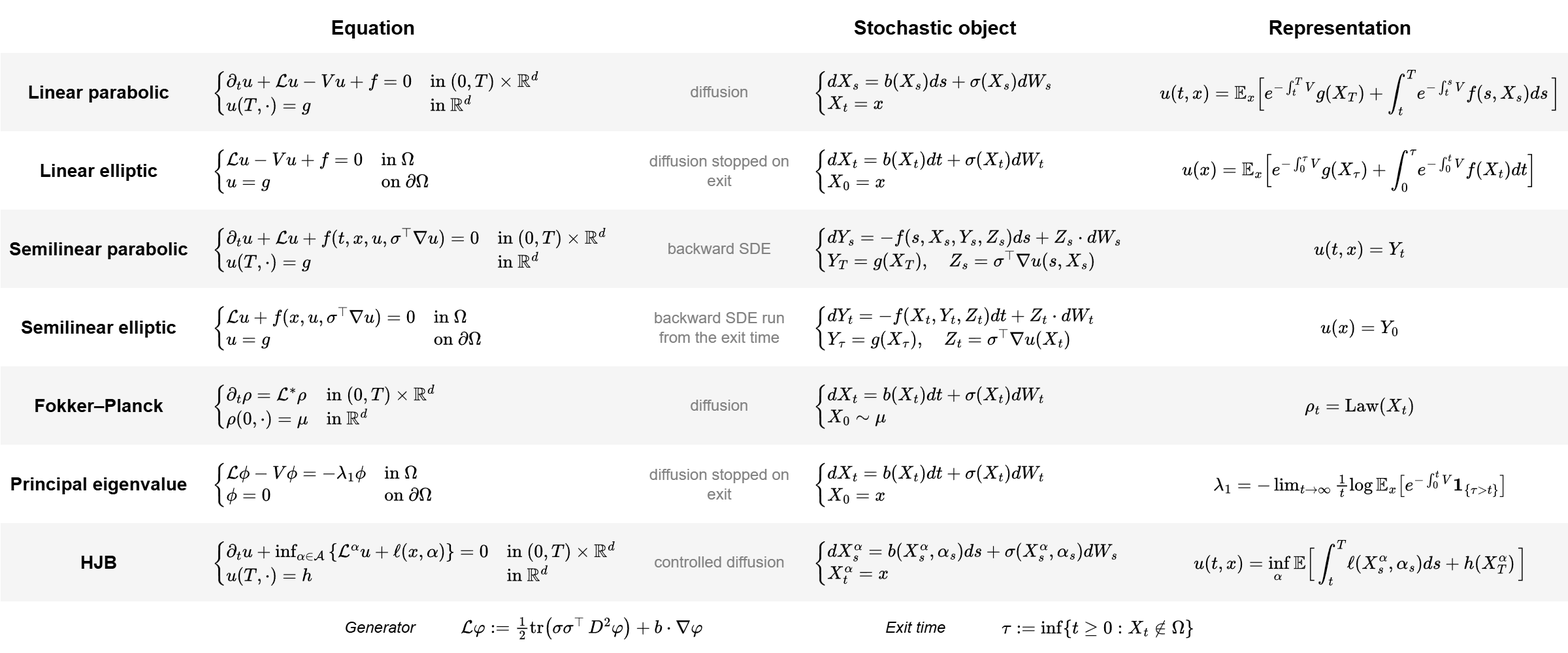
Before: content/posts/feynman-kac/feynman_kac-feynman-kac.png, a diagram exported from draw.io (dani2442/dani2442.github.io). Source tidied: cells renumbered, new cells last; positions are measured from the earlier drawing's top-left corner, leaving out a move shared by most shapes.
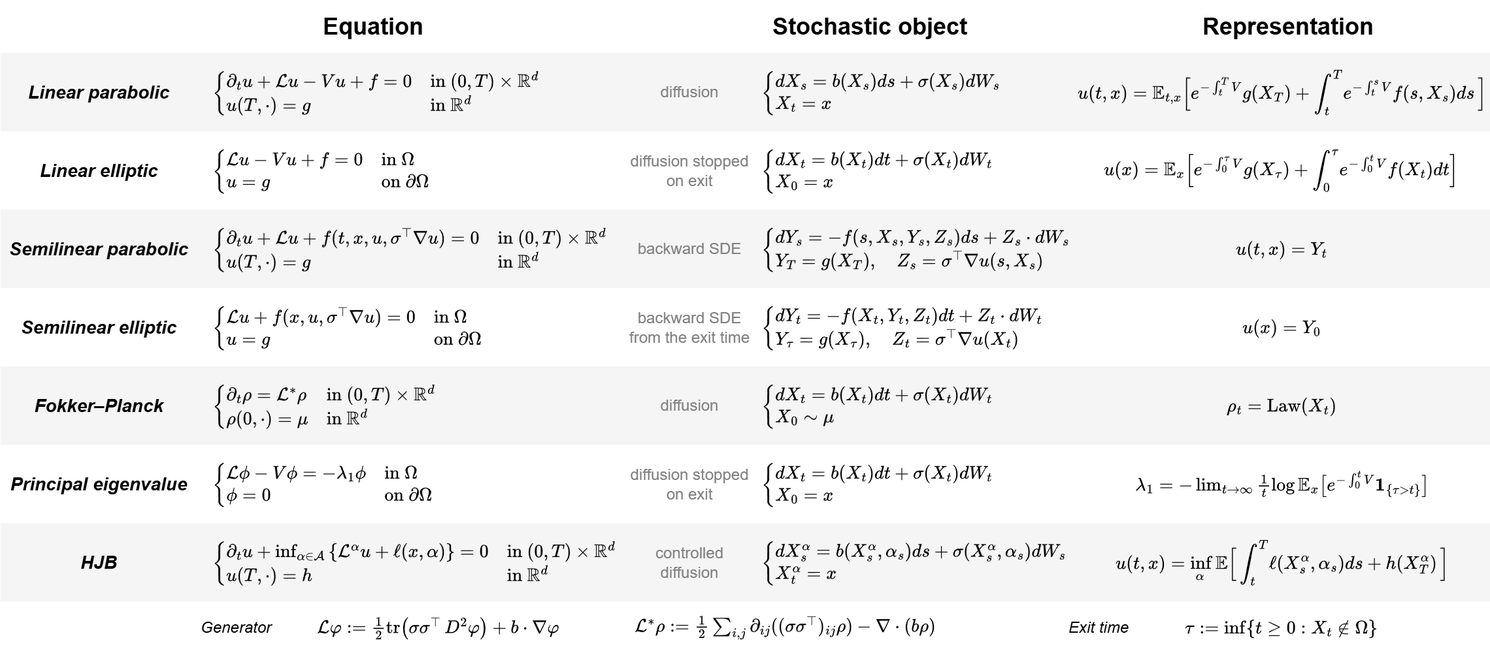
After the change.

Change to the diagram source:
```diff
@@ -3,157 +3,160 @@
     <mxCell id="0" />
     <mxCell id="1" parent="0" />
     <mxCell id="2" style="rounded=0;whiteSpace=wrap;html=1;strokeColor=none;" parent="1" vertex="1">
-      <mxGeometry width="1200" height="40" as="geometry" />
+      <mxGeometry width="1140" height="40" as="geometry" />
     </mxCell>
     <mxCell id="3" style="rounded=0;whiteSpace=wrap;html=1;fillColor=#f5f5f5;strokeColor=none;fontColor=#333333;" parent="1" vertex="1">
-      <mxGeometry y="40" width="1200" height="60" as="geometry" />
+      <mxGeometry y="40" width="1140" height="60" as="geometry" />
     </mxCell>
     <mxCell id="4" style="rounded=0;whiteSpace=wrap;html=1;strokeColor=none;" parent="1" vertex="1">
-      <mxGeometry y="100" width="1200" height="60" as="geometry" />
+      <mxGeometry y="100" width="1140" height="60" as="geometry" />
     </mxCell>
     <mxCell id="5" style="rounded=0;whiteSpace=wrap;html=1;fillColor=#f5f5f5;strokeColor=none;fontColor=#333333;" parent="1" vertex="1">
-      <mxGeometry y="160" width="1200" height="60" as="geometry" />
+      <mxGeometry y="160" width="1140" height="60" as="geometry" />
     </mxCell>
     <mxCell id="6" style="rounded=0;whiteSpace=wrap;html=1;strokeColor=none;" parent="1" vertex="1">
-      <mxGeometry y="220" width="1200" height="60" as="geometry" />
+      <mxGeometry y="220" width="1140" height="60" as="geometry" />
     </mxCell>
     <mxCell id="7" style="rounded=0;whiteSpace=wrap;html=1;fillColor=#f5f5f5;strokeColor=none;fontColor=#333333;" parent="1" vertex="1">
-      <mxGeometry y="280" width="1200" height="60" as="geometry" />
+      <mxGeometry y="280" width="1140" height="60" as="geometry" />
     </mxCell>
     <mxCell id="8" style="rounded=0;whiteSpace=wrap;html=1;strokeColor=none;" parent="1" vertex="1">
-      <mxGeometry y="340" width="1200" height="60" as="geometry" />
+      <mxGeometry y="340" width="1140" height="60" as="geometry" />
     </mxCell>
     <mxCell id="9" style="rounded=0;whiteSpace=wrap;html=1;fillColor=#f5f5f5;strokeColor=none;fontColor=#333333;" parent="1" vertex="1">
-      <mxGeometry y="400" width="1200" height="60" as="geometry" />
+      <mxGeometry y="400" width="1140" height="60" as="geometry" />
     </mxCell>
-    <mxCell id="10" value="Equation" style="text;html=1;align=center;verticalAlign=middle;whiteSpace=wrap;rounded=0;fontSize=15;fontStyle=1;" parent="1" vertex="1">
+    <mxCell id="10" value="Equation" style="text;html=1;align=center;verticalAlign=middle;whiteSpace=wrap;rounded=0;fontSize=18;fontStyle=1;" parent="1" vertex="1">
       <mxGeometry x="170" width="230" height="40" as="geometry" />
     </mxCell>
-    <mxCell id="11" value="Stochastic object" style="text;html=1;align=center;verticalAlign=middle;whiteSpace=wrap;rounded=0;fontSize=15;fontStyle=1;" parent="1" vertex="1">
-      <mxGeometry x="640" width="150" height="40" as="geometry" />
+    <mxCell id="11" value="Stochastic object" style="text;html=1;align=center;verticalAlign=middle;whiteSpace=wrap;rounded=0;fontSize=18;fontStyle=1;" parent="1" vertex="1">
+      <mxGeometry x="570" width="190" height="40" as="geometry" />
     </mxCell>
-    <mxCell id="12" value="Representation" style="text;html=1;align=center;verticalAlign=middle;whiteSpace=wrap;rounded=0;fontSize=15;fontStyle=1;" parent="1" vertex="1">
-      <mxGeometry x="870" width="310" height="40" as="geometry" />
+    <mxCell id="12" value="Representation" style="text;html=1;align=center;verticalAlign=middle;whiteSpace=wrap;rounded=0;fontSize=18;fontStyle=1;" parent="1" vertex="1">
+      <mxGeometry x="830" width="310" height="40" as="geometry" />
     </mxCell>
-    <mxCell id="13" value="&lt;b&gt;Linear parabolic&lt;/b&gt;" style="text;html=1;align=center;verticalAlign=middle;whiteSpace=wrap;rounded=0;fontSize=14;" parent="1" vertex="1">
+    <mxCell id="13" value="&lt;span&gt;Linear parabolic&lt;/span&gt;" style="text;html=1;align=center;verticalAlign=middle;whiteSpace=wrap;rounded=0;fontSize=14;fontStyle=3;" parent="1" vertex="1">
       <mxGeometry y="40" width="150" height="60" as="geometry" />
     </mxCell>
     <mxCell id="14" value="\( \begin{cases}\partial_t u + \mathcal L u - Vu + f = 0 &amp;amp; \text{in } (0,T)\times\mathbb R^d\\ u(T,\cdot)=g &amp;amp; \text{in } \mathbb R^d\end{cases} \)" style="text;html=1;align=left;verticalAlign=middle;whiteSpace=wrap;rounded=0;fontSize=12;" parent="1" vertex="1">
       <mxGeometry x="160" y="40" width="320" height="60" as="geometry" />
     </mxCell>
     <mxCell id="15" value="diffusion" style="text;html=1;align=center;verticalAlign=middle;whiteSpace=wrap;rounded=0;fontSize=12;fontColor=#808080;" parent="1" vertex="1">
-      <mxGeometry x="490" y="40" width="120" height="60" as="geometry" />
+      <mxGeometry x="477" y="40" width="100" height="60" as="geometry" />
     </mxCell>
     <mxCell id="16" value="\( \begin{cases}dX_s=b(X_s)ds+\sigma(X_s)dW_s\\ X_t=x\end{cases} \)" style="text;html=1;align=left;verticalAlign=middle;whiteSpace=wrap;rounded=0;fontSize=12;" parent="1" vertex="1">
-      <mxGeometry x="620" y="40" width="230" height="60" as="geometry" />
+      <mxGeometry x="580" y="40" width="230" height="60" as="geometry" />
     </mxCell>
-    <mxCell id="17" value="\( \begin{aligned}u(t,x)=\mathbb E_x\Big[&amp;amp;e^{-\int_t^T V}g(X_T)+\int_t^T\! e^{-\int_t^s V}f(s,X_s)ds\,\Big]\end{aligned} \)" style="text;html=1;align=center;verticalAlign=middle;whiteSpace=wrap;rounded=0;fontSize=12;" parent="1" vertex="1">
-      <mxGeometry x="880" y="40" width="320" height="60" as="geometry" />
+    <mxCell id="17" value="\( \begin{aligned}u(t,x)=\mathbb E_{t,x}\Big[&amp;amp;e^{-\int_t^T V}g(X_T)+\int_t^T\! e^{-\int_t^s V}f(s,X_s)ds\,\Big]\end{aligned} \)" style="text;html=1;align=center;verticalAlign=middle;whiteSpace=wrap;rounded=0;fontSize=12;" parent="1" vertex="1">
+      <mxGeometry x="820" y="40" width="320" height="60" as="geometry" />
     </mxCell>
-    <mxCell id="18" value="&lt;b&gt;Linear elliptic&lt;/b&gt;" style="text;html=1;align=center;verticalAlign=middle;whiteSpace=wrap;rounded=0;fontSize=14;" parent="1" vertex="1">
+    <mxCell id="18" value="&lt;b&gt;Linear elliptic&lt;/b&gt;" style="text;html=1;align=center;verticalAlign=middle;whiteSpace=wrap;rounded=0;fontSize=14;fontStyle=2;" parent="1" vertex="1">
       <mxGeometry y="100" width="150" height="60" as="geometry" />
     </mxCell>
     <mxCell id="19" value="\( \begin{cases}\mathcal L u - Vu + f = 0 &amp;amp; \text{in } \Omega\\ u=g &amp;amp; \text{on } \partial\Omega\end{cases} \)" style="text;html=1;align=left;verticalAlign=middle;whiteSpace=wrap;rounded=0;fontSize=12;" parent="1" vertex="1">
       <mxGeometry x="160" y="100" width="320" height="60" as="geometry" />
     </mxCell>
     <mxCell id="20" value="diffusion stopped on exit" style="text;html=1;align=center;verticalAlign=middle;whiteSpace=wrap;rounded=0;fontSize=12;fontColor=#808080;" parent="1" vertex="1">
-      <mxGeometry x="490" y="100" width="120" height="60" as="geometry" />
+      <mxGeometry x="477" y="100" width="100" height="60" as="geometry" />
     </mxCell>
     <mxCell id="21" value="\( \begin{cases}dX_t=b(X_t)dt+\sigma(X_t)dW_t\\ X_0=x\end{cases} \)" style="text;html=1;align=left;verticalAlign=middle;whiteSpace=wrap;rounded=0;fontSize=12;" parent="1" vertex="1">
-      <mxGeometry x="620" y="100" width="220" height="60" as="geometry" />
+      <mxGeometry x="580" y="100" width="220" height="60" as="geometry" />
     </mxCell>
     <mxCell id="22" value="\( \begin{aligned}u(x)=\mathbb E_x\Big[&amp;amp;e^{-\int_0^\tau V}g(X_\tau)+\int_0^\tau\! e^{-\int_0^t V}f(X_t)dt\Big]\end{aligned} \)" style="text;html=1;align=center;verticalAlign=middle;whiteSpace=wrap;rounded=0;fontSize=12;" parent="1" vertex="1">
-      <mxGeometry x="880" y="100" width="320" height="60" as="geometry" />
+      <mxGeometry x="820" y="100" width="320" height="60" as="geometry" />
     </mxCell>
-    <mxCell id="23" value="&lt;b&gt;Semilinear parabolic&lt;/b&gt;" style="text;html=1;align=center;verticalAlign=middle;whiteSpace=wrap;rounded=0;fontSize=14;" parent="1" vertex="1">
+    <mxCell id="23" value="&lt;b&gt;Semilinear parabolic&lt;/b&gt;" style="text;html=1;align=center;verticalAlign=middle;whiteSpace=wrap;rounded=0;fontSize=14;fontStyle=2;" parent="1" vertex="1">
       <mxGeometry y="160" width="150" height="60" as="geometry" />
     </mxCell>
     <mxCell id="24" value="\( \begin{cases}\partial_t u + \mathcal L u + f(t,x,u,\sigma^\top\nabla u) = 0 &amp;amp; \text{in } (0,T)\times\mathbb R^d\\ u(T,\cdot)=g &amp;amp; \text{in } \mathbb R^d\end{cases} \)" style="text;html=1;align=left;verticalAlign=middle;whiteSpace=wrap;rounded=0;fontSize=12;" parent="1" vertex="1">
       <mxGeometry x="160" y="160" width="320" height="60" as="geometry" />
     </mxCell>
     <mxCell id="25" value="backward SDE" style="text;html=1;align=center;verticalAlign=middle;whiteSpace=wrap;rounded=0;fontSize=12;fontColor=#808080;" parent="1" vertex="1">
-      <mxGeometry x="490" y="160" width="120" height="60" as="geometry" />
+      <mxGeometry x="477" y="160" width="100" height="60" as="geometry" />
     </mxCell>
     <mxCell id="26" value="\( \begin{cases}dY_s=-f(s,X_s,Y_s,Z_s)ds+Z_s\cdot dW_s\\ Y_T=g(X_T),\quad Z_s=\sigma^\top\nabla u(s,X_s)\end{cases} \)" style="text;html=1;align=left;verticalAlign=middle;whiteSpace=wrap;rounded=0;fontSize=12;" parent="1" vertex="1">
-      <mxGeometry x="620" y="160" width="280" height="60" as="geometry" />
+      <mxGeometry x="580" y="160" width="280" height="60" as="geometry" />
     </mxCell>
     <mxCell id="27" value="\( u(t,x)=Y_t \)" style="text;html=1;align=center;verticalAlign=middle;whiteSpace=wrap;rounded=0;fontSize=12;" parent="1" vertex="1">
-      <mxGeometry x="880" y="160" width="320" height="60" as="geometry" />
+      <mxGeometry x="820" y="160" width="320" height="60" as="geometry" />
     </mxCell>
-    <mxCell id="28" value="&lt;b&gt;Semilinear elliptic&lt;/b&gt;" style="text;html=1;align=center;verticalAlign=middle;whiteSpace=wrap;rounded=0;fontSize=14;" parent="1" vertex="1">
+    <mxCell id="28" value="&lt;b&gt;Semilinear elliptic&lt;/b&gt;" style="text;html=1;align=center;verticalAlign=middle;whiteSpace=wrap;rounded=0;fontSize=14;fontStyle=2;" parent="1" vertex="1">
       <mxGeometry y="220" width="150" height="60" as="geometry" />
     </mxCell>
     <mxCell id="29" value="\( \begin{cases}\mathcal L u + f(x,u,\sigma^\top\nabla u) = 0 &amp;amp; \text{in } \Omega\\ u=g &amp;amp; \text{on } \partial\Omega\end{cases} \)" style="text;html=1;align=left;verticalAlign=middle;whiteSpace=wrap;rounded=0;fontSize=12;" parent="1" vertex="1">
       <mxGeometry x="160" y="220" width="320" height="60" as="geometry" />
     </mxCell>
-    <mxCell id="30" value="backward SDE run from the exit time" style="text;html=1;align=center;verticalAlign=middle;whiteSpace=wrap;rounded=0;fontSize=12;fontColor=#808080;" parent="1" vertex="1">
-      <mxGeometry x="490" y="220" width="120" height="60" as="geometry" />
+    <mxCell id="30" value="backward SDE from the exit time" style="text;html=1;align=center;verticalAlign=middle;whiteSpace=wrap;rounded=0;fontSize=12;fontColor=#808080;" parent="1" vertex="1">
+      <mxGeometry x="477" y="220" width="100" height="60" as="geometry" />
     </mxCell>
     <mxCell id="31" value="\( \begin{cases}dY_t=-f(X_t,Y_t,Z_t)dt+Z_t\cdot dW_t\\ Y_\tau=g(X_\tau),\quad Z_t=\sigma^\top\nabla u(X_t)\end{cases} \)" style="text;html=1;align=left;verticalAlign=middle;whiteSpace=wrap;rounded=0;fontSize=12;" parent="1" vertex="1">
-      <mxGeometry x="620" y="220" width="260" height="60" as="geometry" />
+      <mxGeometry x="580" y="220" width="260" height="60" as="geometry" />
     </mxCell>
     <mxCell id="32" value="\( u(x)=Y_0 \)" style="text;html=1;align=center;verticalAlign=middle;whiteSpace=wrap;rounded=0;fontSize=12;" parent="1" vertex="1">
-      <mxGeometry x="880" y="220" width="320" height="60" as="geometry" />
+      <mxGeometry x="820" y="220" width="320" height="60" as="geometry" />
     </mxCell>
-    <mxCell id="33" value="&lt;b&gt;Fokker–Planck&lt;/b&gt;" style="text;html=1;align=center;verticalAlign=middle;whiteSpace=wrap;rounded=0;fontSize=14;" parent="1" vertex="1">
+    <mxCell id="33" value="&lt;b&gt;Fokker–Planck&lt;/b&gt;" style="text;html=1;align=center;verticalAlign=middle;whiteSpace=wrap;rounded=0;fontSize=14;fontStyle=2;" parent="1" vertex="1">
       <mxGeometry y="280" width="150" height="60" as="geometry" />
     </mxCell>
     <mxCell id="34" value="\( \begin{cases}\partial_t \rho = \mathcal L^{*}\rho &amp;amp; \text{in } (0,T)\times\mathbb R^d\\ \rho(0,\cdot)=\mu &amp;amp; \text{in } \mathbb R^d\end{cases} \)" style="text;html=1;align=left;verticalAlign=middle;whiteSpace=wrap;rounded=0;fontSize=12;" parent="1" vertex="1">
       <mxGeometry x="160" y="280" width="320" height="60" as="geometry" />
     </mxCell>
     <mxCell id="35" value="diffusion" style="text;html=1;align=center;verticalAlign=middle;whiteSpace=wrap;rounded=0;fontSize=12;fontColor=#808080;" parent="1" vertex="1">
-      <mxGeometry x="490" y="280" width="120" height="60" as="geometry" />
+      <mxGeometry x="477" y="280" width="100" height="60" as="geometry" />
     </mxCell>
     <mxCell id="36" value="\( \begin{cases}dX_t=b(X_t)dt+\sigma(X_t)dW_t\\ X_0\sim\mu\end{cases} \)" style="text;html=1;align=left;verticalAlign=middle;whiteSpace=wrap;rounded=0;fontSize=12;" parent="1" vertex="1">
-      <mxGeometry x="620" y="280" width="230" height="60" as="geometry" />
+      <mxGeometry x="580" y="280" width="230" height="60" as="geometry" />
     </mxCell>
     <mxCell id="37" value="\( \rho_t=\mathrm{Law}(X_t) \)" style="text;html=1;align=center;verticalAlign=middle;whiteSpace=wrap;rounded=0;fontSize=12;" parent="1" vertex="1">
-      <mxGeometry x="880" y="280" width="320" height="60" as="geometry" />
+      <mxGeometry x="820" y="280" width="320" height="60" as="geometry" />
     </mxCell>
-    <mxCell id="38" value="&lt;b&gt;Principal eigenvalue&lt;/b&gt;" style="text;html=1;align=center;verticalAlign=middle;whiteSpace=wrap;rounded=0;fontSize=14;" parent="1" vertex="1">
+    <mxCell id="38" value="&lt;b&gt;Principal eigenvalue&lt;/b&gt;" style="text;html=1;align=center;verticalAlign=middle;whiteSpace=wrap;rounded=0;fontSize=14;fontStyle=2;" parent="1" vertex="1">
       <mxGeometry y="340" width="150" height="60" as="geometry" />
     </mxCell>
     <mxCell id="39" value="\( \begin{cases}\mathcal L \phi - V\phi = -\lambda_1\phi &amp;amp; \text{in } \Omega\\ \phi=0 &amp;amp; \text{on } \partial\Omega\end{cases} \)" style="text;html=1;align=left;verticalAlign=middle;whiteSpace=wrap;rounded=0;fontSize=12;" parent="1" vertex="1">
       <mxGeometry x="160" y="340" width="320" height="60" as="geometry" />
     </mxCell>
     <mxCell id="40" value="diffusion stopped on exit" style="text;html=1;align=center;verticalAlign=middle;whiteSpace=wrap;rounded=0;fontSize=12;fontColor=#808080;" parent="1" vertex="1">
-      <mxGeometry x="490" y="340" width="120" height="60" as="geometry" />
+      <mxGeometry x="477" y="340" width="100" height="60" as="geometry" />
     </mxCell>
     <mxCell id="41" value="\( \begin{cases}dX_t=b(X_t)dt+\sigma(X_t)dW_t\\ X_0=x\end{cases} \)" style="text;html=1;align=left;verticalAlign=middle;whiteSpace=wrap;rounded=0;fontSize=12;" parent="1" vertex="1">
-      <mxGeometry x="620" y="340" width="230" height="60" as="geometry" />
+      <mxGeometry x="580" y="340" width="230" height="60" as="geometry" />
     </mxCell>
     <mxCell id="42" value="\( \lambda_1=-\lim_{t\to\infty}\tfrac1t\log\mathbb E_x\big[e^{-\int_0^t V}\mathbf 1_{\{\tau&amp;gt;t\}}\big] \)" style="text;html=1;align=center;verticalAlign=middle;whiteSpace=wrap;rounded=0;fontSize=12;" parent="1" vertex="1">
-      <mxGeometry x="880" y="340" width="320" height="60" as="geometry" />
+      <mxGeometry x="820" y="340" width="320" height="60" as="geometry" />
     </mxCell>
-    <mxCell id="43" value="&lt;b&gt;HJB&lt;/b&gt;" style="text;html=1;align=center;verticalAlign=middle;whiteSpace=wrap;rounded=0;fontSize=14;" parent="1" vertex="1">
+    <mxCell id="43" value="&lt;b&gt;HJB&lt;/b&gt;" style="text;html=1;align=center;verticalAlign=middle;whiteSpace=wrap;rounded=0;fontSize=14;fontStyle=2;" parent="1" vertex="1">
       <mxGeometry y="400" width="150" height="60" as="geometry" />
     </mxCell>
     <mxCell id="44" value="\( \begin{cases}\partial_t u + \inf_{\alpha\in\mathcal A}\left\{\mathcal L^{\alpha}u + \ell(x,\alpha)\right\} = 0 &amp;amp; \text{in } (0,T)\times\mathbb R^d\\ u(T,\cdot)=h &amp;amp; \text{in } \mathbb R^d\end{cases} \)" style="text;html=1;align=left;verticalAlign=middle;whiteSpace=wrap;rounded=0;fontSize=12;" parent="1" vertex="1">
       <mxGeometry x="160" y="400" width="320" height="60" as="geometry" />
     </mxCell>
     <mxCell id="45" value="controlled diffusion" style="text;html=1;align=center;verticalAlign=middle;whiteSpace=wrap;rounded=0;fontSize=12;fontColor=#808080;" parent="1" vertex="1">
-      <mxGeometry x="490" y="400" width="120" height="60" as="geometry" />
+      <mxGeometry x="477" y="400" width="100" height="60" as="geometry" />
     </mxCell>
     <mxCell id="46" value="\( \begin{cases}dX^\alpha_s=b(X^\alpha_s,\alpha_s)ds+\sigma(X^\alpha_s,\alpha_s)dW_s\\ X^\alpha_t=x\end{cases} \)" style="text;html=1;align=left;verticalAlign=middle;whiteSpace=wrap;rounded=0;fontSize=12;" parent="1" vertex="1">
-      <mxGeometry x="620" y="400" width="290" height="60" as="geometry" />
+      <mxGeometry x="580" y="400" width="290" height="60" as="geometry" />
     </mxCell>
     <mxCell id="47" value="\( \begin{aligned}u(t,x)=\inf_{\alpha}\mathbb E\Big[&amp;amp;\int_t^T\! \ell(X^\alpha_s,\alpha_s)ds+h(X^\alpha_T)\,\Big]\end{aligned} \)" style="text;html=1;align=center;verticalAlign=middle;whiteSpace=wrap;rounded=0;fontSize=12;" parent="1" vertex="1">
-      <mxGeometry x="880" y="400" width="320" height="60" as="geometry" />
+      <mxGeometry x="820" y="400" width="320" height="60" as="geometry" />
     </mxCell>
     <mxCell id="48" value="\(&amp;nbsp;\mathcal{L}\varphi:=\tfrac12\operatorname{tr}\!\big(\sigma\sigma^\top\,D^2\varphi\big)+b\cdot\nabla\varphi \)" style="text;html=1;align=center;verticalAlign=middle;whiteSpace=wrap;rounded=0;spacing=4;" parent="1" vertex="1">
-      <mxGeometry x="330" y="470" width="230" height="20" as="geometry" />
+      <mxGeometry x="220" y="470" width="230" height="20" as="geometry" />
     </mxCell>
     <mxCell id="49" value="\(&amp;nbsp;\tau := \inf \{t\geq 0: X_t \not\in&amp;nbsp; \Omega\} \)" style="text;html=1;align=center;verticalAlign=middle;whiteSpace=wrap;rounded=0;" parent="1" vertex="1">
-      <mxGeometry x="740" y="470" width="200" height="20" as="geometry" />
+      <mxGeometry x="880" y="470" width="200" height="20" as="geometry" />
     </mxCell>
     <mxCell id="50" value="Generator" style="text;html=1;align=center;verticalAlign=middle;whiteSpace=wrap;rounded=0;fontStyle=2;" parent="1" vertex="1">
-      <mxGeometry x="260" y="470" width="60" height="20" as="geometry" />
+      <mxGeometry x="150" y="470" width="60" height="20" as="geometry" />
     </mxCell>
     <mxCell id="51" value="Exit time" style="text;html=1;align=center;verticalAlign=middle;whiteSpace=wrap;rounded=0;fontStyle=2;" parent="1" vertex="1">
-      <mxGeometry x="670" y="470" width="60" height="20" as="geometry" />
+      <mxGeometry x="810" y="470" width="60" height="20" as="geometry" />
     </mxCell>
     <mxCell id="52" style="text;html=1;align=center;verticalAlign=middle;whiteSpace=wrap;rounded=0;opacity=0;fillColor=default;" parent="1" vertex="1">
-      <mxGeometry x="580" y="470" width="60" height="30" as="geometry" />
+      <mxGeometry x="570" y="470" width="60" height="30" as="geometry" />
     </mxCell>
+    <mxCell id="53" value="\( \mathcal{L}^{*}\rho&amp;nbsp; := \tfrac{1}{2}\sum_{i,j}&amp;nbsp; \partial_{ij}((\sigma\sigma^{\top})_{ij}\rho)&amp;nbsp; &amp;nbsp; &amp;nbsp;- \nabla\cdot(b\rho) \)" style="text;html=1;align=center;verticalAlign=middle;whiteSpace=wrap;rounded=0;fontFamily=Helvetica;fontSize=12;fontColor=default;" parent="1" vertex="1">
+      <mxGeometry x="500" y="470" width="200" height="20" as="geometry" />
+    </mxCell>
   </root>
 </mxGraphModel>
```
